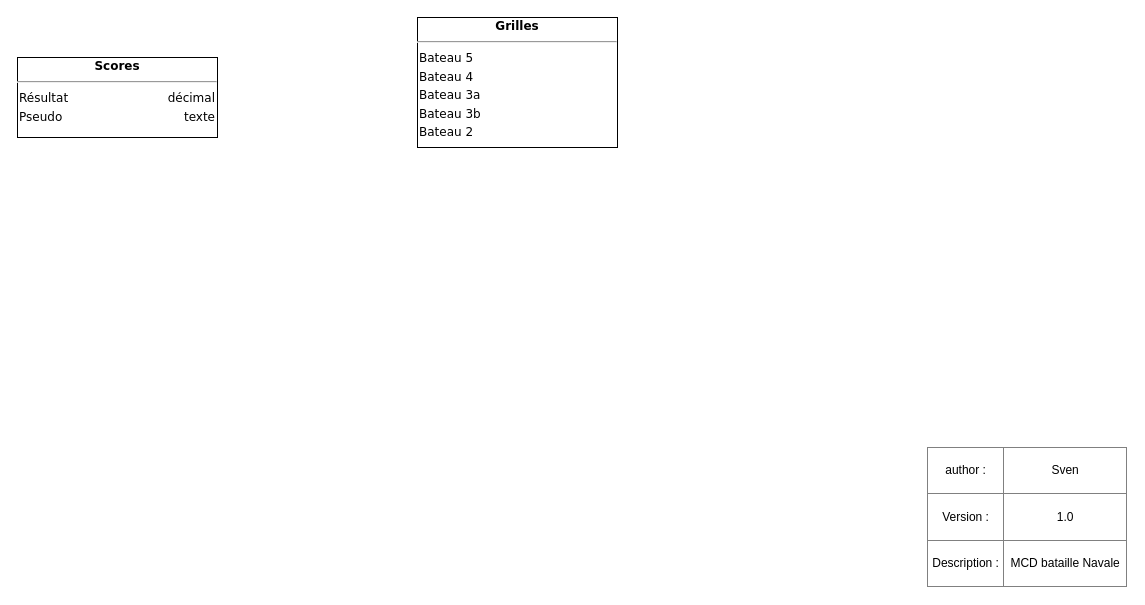
volerysven/Bataille-Navale keeps this draw.io diagram as MCD_bataille_navale.drawio. Above is the earlier version. Source tidied: cells renumbered, new cells numbered last; positions are measured from the earlier drawing's top-left corner, leaving out a move shared by most shapes. Both pictures are drawn from the tidied source at 100%, with x=0, y=0 at pixel (17, 17).
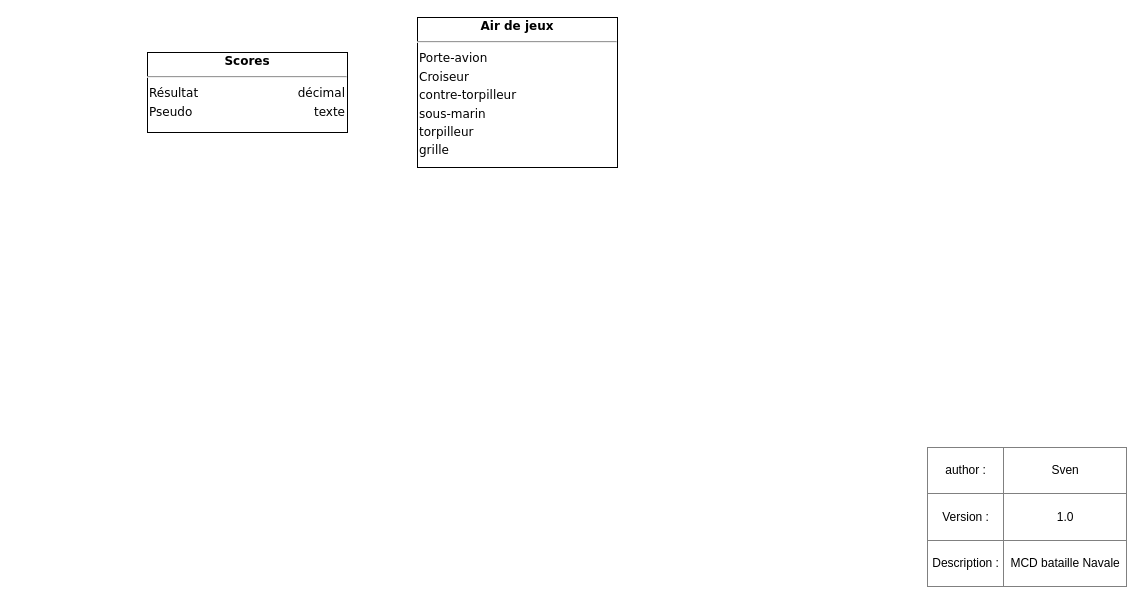
After the change.

The edit, as a diff of the source:
```diff
@@
 <mxGraphModel>
   <root>
     <mxCell id="0" />
     <mxCell id="1" parent="0" />
     <mxCell id="2" value="&lt;div style=&quot;box-sizing: border-box ; width: 100% ; padding: 2px&quot;&gt;&lt;span style=&quot;background-color: rgb(255 , 255 , 255)&quot;&gt;&lt;b&gt;Scores&lt;/b&gt;&lt;/span&gt;&lt;/div&gt;&lt;hr&gt;&lt;table style=&quot;width: 100% ; font-size: 1em&quot; cellpadding=&quot;2&quot; cellspacing=&quot;0&quot;&gt;&lt;tbody&gt;&lt;tr&gt;&lt;td style=&quot;text-align: left&quot;&gt;Résultat&lt;/td&gt;&lt;td style=&quot;text-align: right&quot;&gt;décimal&lt;/td&gt;&lt;/tr&gt;&lt;tr&gt;&lt;td style=&quot;text-align: left&quot;&gt;Pseudo&lt;br&gt;&lt;/td&gt;&lt;td style=&quot;text-align: right&quot;&gt;texte&lt;br&gt;&lt;/td&gt;&lt;/tr&gt;&lt;/tbody&gt;&lt;/table&gt;" style="verticalAlign=top;align=center;overflow=fill;html=1;rounded=0;shadow=0;comic=0;labelBackgroundColor=none;strokeColor=#000000;strokeWidth=1;fillColor=#ffffff;fontFamily=Verdana;fontSize=12;fontColor=#000000;" parent="1" vertex="1">
-      <mxGeometry y="40" width="200" height="80" as="geometry" />
+      <mxGeometry x="130" y="35" width="200" height="80" as="geometry" />
     </mxCell>
-    <mxCell id="3" value="&lt;div style=&quot;box-sizing: border-box ; width: 100% ; padding: 2px&quot;&gt;&lt;span style=&quot;background-color: rgb(255 , 255 , 255)&quot;&gt;&lt;b&gt;Grilles&lt;/b&gt;&lt;/span&gt;&lt;/div&gt;&lt;hr&gt;&lt;table style=&quot;width: 100% ; font-size: 1em&quot; cellpadding=&quot;2&quot; cellspacing=&quot;0&quot;&gt;&lt;tbody&gt;&lt;tr&gt;&lt;td style=&quot;text-align: left&quot;&gt;Bateau 5&lt;/td&gt;&lt;td style=&quot;text-align: right&quot;&gt;&lt;br&gt;&lt;/td&gt;&lt;/tr&gt;&lt;tr&gt;&lt;td style=&quot;text-align: left&quot;&gt;Bateau 4&lt;br&gt;&lt;/td&gt;&lt;td style=&quot;text-align: right&quot;&gt;&lt;br&gt;&lt;/td&gt;&lt;/tr&gt;&lt;tr&gt;&lt;td style=&quot;text-align: left&quot;&gt;Bateau 3a&lt;/td&gt;&lt;td style=&quot;text-align: right&quot;&gt;&lt;br&gt;&lt;/td&gt;&lt;/tr&gt;&lt;tr&gt;&lt;td style=&quot;text-align: left&quot;&gt;Bateau 3b&lt;/td&gt;&lt;td style=&quot;text-align: right&quot;&gt;&lt;br&gt;&lt;/td&gt;&lt;/tr&gt;&lt;tr&gt;&lt;td style=&quot;text-align: left&quot;&gt;Bateau 2&lt;/td&gt;&lt;td style=&quot;text-align: right&quot;&gt;&lt;br&gt;&lt;/td&gt;&lt;/tr&gt;&lt;/tbody&gt;&lt;/table&gt;" style="verticalAlign=top;align=center;overflow=fill;html=1;rounded=0;shadow=0;comic=0;labelBackgroundColor=none;strokeColor=#000000;strokeWidth=1;fillColor=#ffffff;fontFamily=Verdana;fontSize=12;fontColor=#000000;" parent="1" vertex="1">
-      <mxGeometry x="400" width="200" height="130" as="geometry" />
+    <mxCell id="3" value="&lt;div style=&quot;box-sizing: border-box ; width: 100% ; padding: 2px&quot;&gt;&lt;span style=&quot;background-color: rgb(255 , 255 , 255)&quot;&gt;&lt;b&gt;Air de jeux&lt;/b&gt;&lt;/span&gt;&lt;/div&gt;&lt;hr&gt;&lt;table style=&quot;width: 100% ; font-size: 1em&quot; cellpadding=&quot;2&quot; cellspacing=&quot;0&quot;&gt;&lt;tbody&gt;&lt;tr&gt;&lt;td style=&quot;text-align: left&quot;&gt;Porte-avion&lt;/td&gt;&lt;td style=&quot;text-align: right&quot;&gt;&lt;br&gt;&lt;/td&gt;&lt;/tr&gt;&lt;tr&gt;&lt;td style=&quot;text-align: left&quot;&gt;Croiseur&lt;/td&gt;&lt;td style=&quot;text-align: right&quot;&gt;&lt;br&gt;&lt;/td&gt;&lt;/tr&gt;&lt;tr&gt;&lt;td style=&quot;text-align: left&quot;&gt;contre-torpilleur&lt;/td&gt;&lt;td style=&quot;text-align: right&quot;&gt;&lt;br&gt;&lt;/td&gt;&lt;/tr&gt;&lt;tr&gt;&lt;td style=&quot;text-align: left&quot;&gt;sous-marin&lt;/td&gt;&lt;td style=&quot;text-align: right&quot;&gt;&lt;br&gt;&lt;/td&gt;&lt;/tr&gt;&lt;tr&gt;&lt;td style=&quot;text-align: left&quot;&gt;torpilleur&lt;/td&gt;&lt;td style=&quot;text-align: right&quot;&gt;&lt;br&gt;&lt;/td&gt;&lt;/tr&gt;&lt;tr&gt;&lt;td style=&quot;text-align: left&quot;&gt;grille&lt;/td&gt;&lt;td&gt;&lt;br&gt;&lt;/td&gt;&lt;/tr&gt;&lt;/tbody&gt;&lt;/table&gt;" style="verticalAlign=top;align=center;overflow=fill;html=1;rounded=0;shadow=0;comic=0;labelBackgroundColor=none;strokeColor=#000000;strokeWidth=1;fillColor=#ffffff;fontFamily=Verdana;fontSize=12;fontColor=#000000;" parent="1" vertex="1">
+      <mxGeometry x="400" width="200" height="150" as="geometry" />
     </mxCell>
     <mxCell id="4" value="&lt;table border=&quot;1&quot; width=&quot;100%&quot; style=&quot;width: 100% ; height: 100% ; border-collapse: collapse&quot;&gt;&lt;tbody&gt;&lt;tr&gt;&lt;td align=&quot;center&quot;&gt;author :&lt;/td&gt;&lt;td align=&quot;center&quot;&gt;Sven&lt;/td&gt;&lt;/tr&gt;&lt;tr&gt;&lt;td align=&quot;center&quot;&gt;Version :&lt;/td&gt;&lt;td align=&quot;center&quot;&gt;1.0&lt;/td&gt;&lt;/tr&gt;&lt;tr&gt;&lt;td align=&quot;center&quot;&gt;Description :&lt;/td&gt;&lt;td align=&quot;center&quot;&gt;MCD bataille Navale&lt;/td&gt;&lt;/tr&gt;&lt;/tbody&gt;&lt;/table&gt;" style="text;html=1;strokeColor=none;fillColor=none;overflow=fill;" parent="1" vertex="1">
       <mxGeometry x="910" y="430" width="200" height="140" as="geometry" />
     </mxCell>
   </root>
 </mxGraphModel>
```
